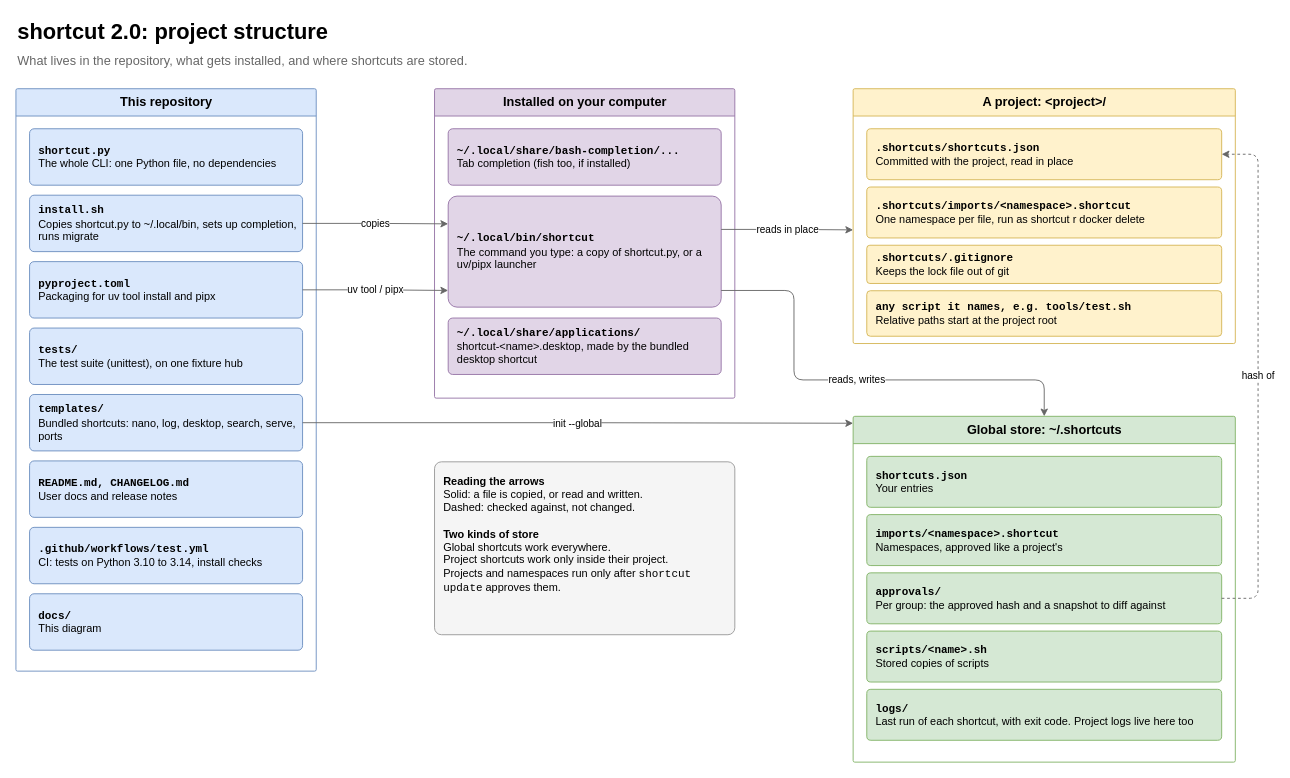
The draw.io diagram page "1 Structure" (1 of 5) of docs/shortcut-overview.drawio in StanLukuvka/Shortcut, before the edit. Source tidied: cells renumbered, new cells numbered last; positions are measured from the earlier drawing's top-left corner, leaving out a move shared by most shapes. Both pictures are drawn from the tidied source at 91%, with x=0, y=0 at pixel (15, 15).
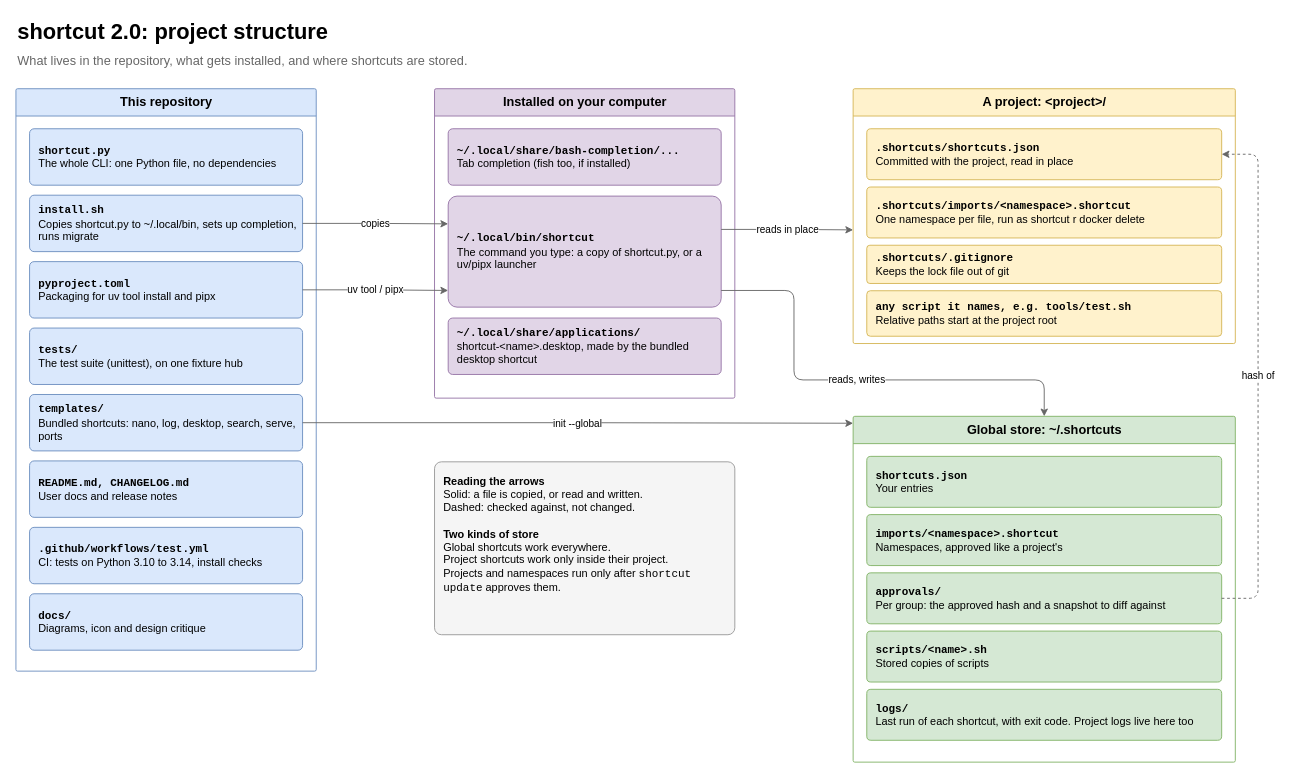
The same diagram, later.

Commit message (it also covers changes not shown here):
Link the design critique and update the docs box

Unchanged cells that the change refers to:
```xml
<mxCell id="4" value="&lt;b&gt;This repository&lt;/b&gt;" style="swimlane;startSize=30;html=1;rounded=1;arcSize=2;fontSize=14;fillColor=#dae8fc;strokeColor=#6c8ebf;swimlaneFillColor=none;" parent="1" vertex="1">
  <mxGeometry y="80" width="330" height="640" as="geometry" />
</mxCell>
```

What changed in the source:
```diff
@@
-    <mxCell id="12" value="&lt;b&gt;&lt;font face=&quot;monospace&quot;&gt;docs/&lt;/font&gt;&lt;/b&gt;&lt;br&gt;This diagram" style="rounded=1;whiteSpace=wrap;html=1;arcSize=8;fillColor=#dae8fc;strokeColor=#6c8ebf;fontSize=12;align=left;spacingLeft=8;spacingRight=6;" parent="4" vertex="1">
+    <mxCell id="12" value="&lt;b&gt;&lt;font face=&quot;monospace&quot;&gt;docs/&lt;/font&gt;&lt;/b&gt;&lt;br&gt;Diagrams, icon and design critique" style="rounded=1;whiteSpace=wrap;html=1;arcSize=8;fillColor=#dae8fc;strokeColor=#6c8ebf;fontSize=12;align=left;spacingLeft=8;spacingRight=6;" parent="4" vertex="1">
       <mxGeometry x="15" y="555" width="300" height="62" as="geometry" />
     </mxCell>
```
